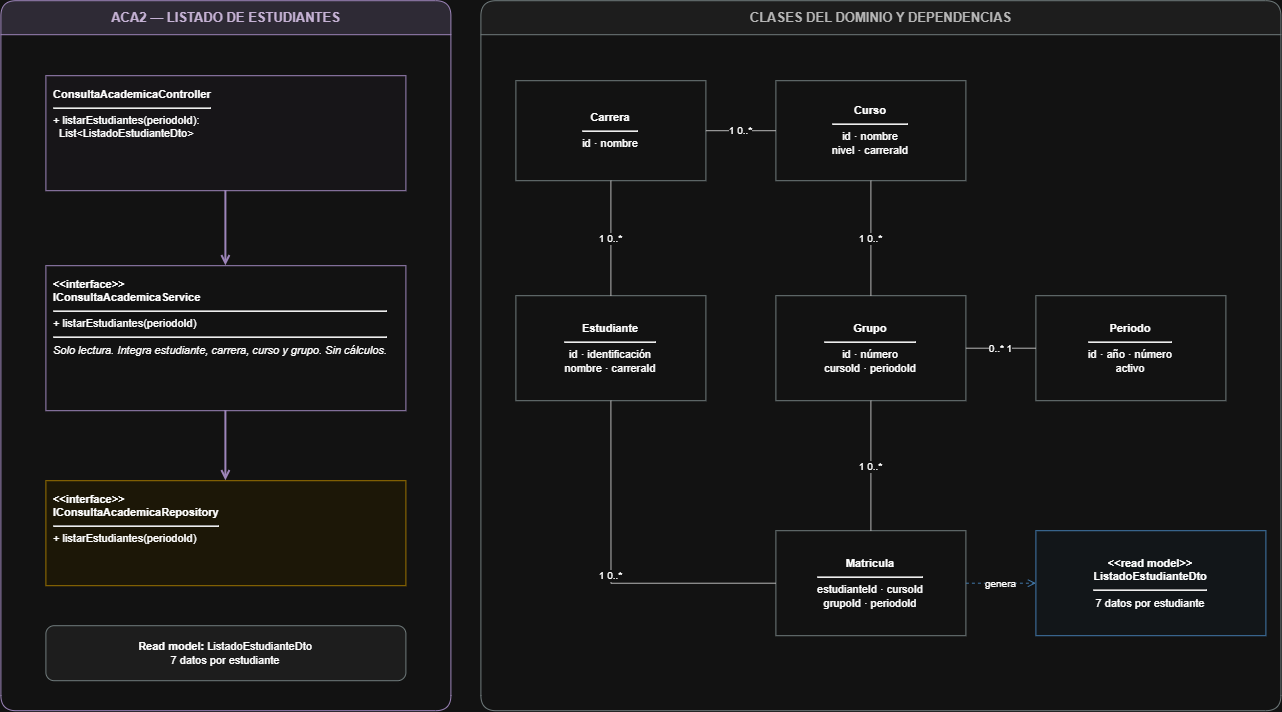
Before: Documentacion/Diagramas Generales/Clases/Microservicios/DiagramaClases_ListadoEstudiantes.drawio.png, a diagram exported from draw.io (AskingManCode/MetaU). Source tidied: cells renumbered, new cells last; positions are measured from the earlier drawing's top-left corner, leaving out a move shared by most shapes.
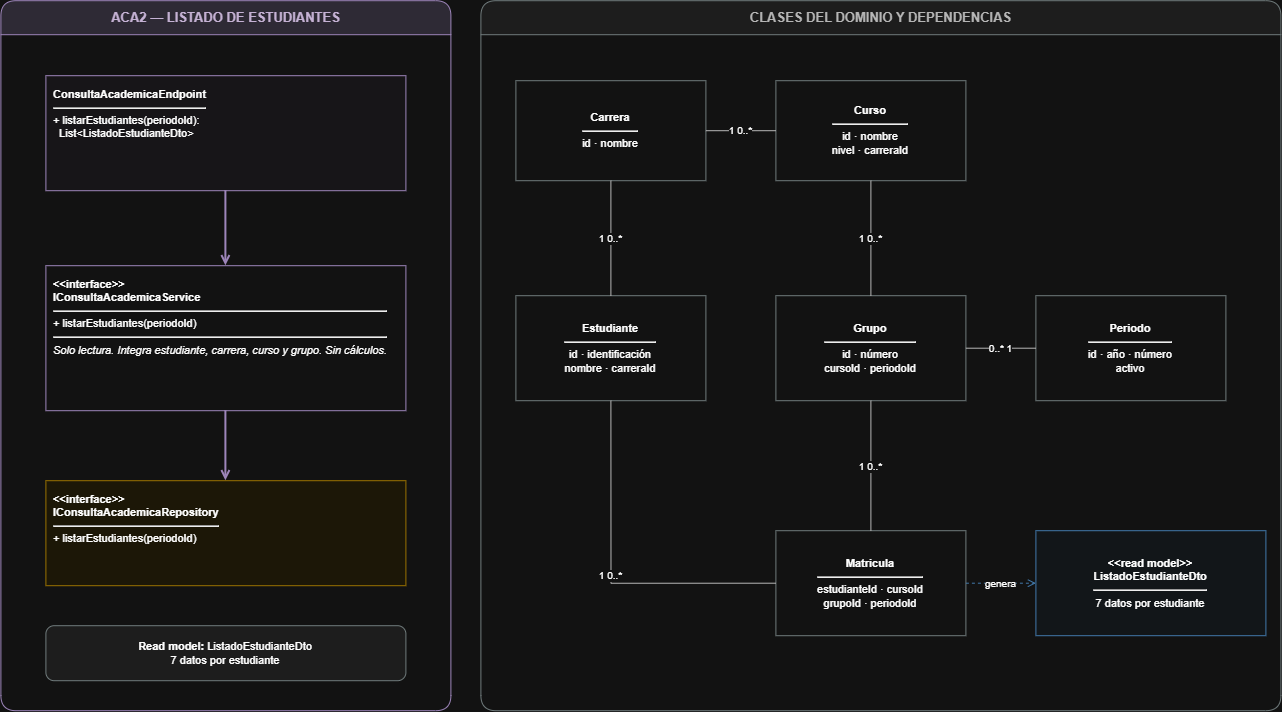
Later version of the same file.

Commit message:
docs: corrige controller por endpoints en diagrama

What changed in the source:
```diff
@@ -8,7 +8,7 @@
     <mxCell id="3" value="CLASES DEL DOMINIO Y DEPENDENCIAS" style="swimlane;html=1;startSize=34;horizontal=1;rounded=1;fillColor=#F2F2F2;swimlaneFillColor=#FFFFFF;strokeColor=#7F8C8D;fontColor=#404040;fontStyle=1;fontSize=13;" parent="1" vertex="1">
       <mxGeometry x="480" width="800" height="710" as="geometry" />
     </mxCell>
-    <mxCell id="4" value="&lt;b&gt;ConsultaAcademicaController&lt;/b&gt;&lt;hr&gt;+ listarEstudiantes(periodoId):&lt;br&gt;&amp;nbsp;&amp;nbsp;List&amp;lt;ListadoEstudianteDto&amp;gt;" style="rounded=0;whiteSpace=wrap;html=1;align=left;verticalAlign=top;spacing=8;fillColor=#FCFAFE;strokeColor=#8064A2;fontSize=11;" parent="1" vertex="1">
+    <mxCell id="4" value="&lt;b&gt;ConsultaAcademicaEndpoint&lt;/b&gt;&lt;hr&gt;+ listarEstudiantes(periodoId):&lt;br&gt;&amp;nbsp;&amp;nbsp;List&amp;lt;ListadoEstudianteDto&amp;gt;" style="rounded=0;whiteSpace=wrap;html=1;align=left;verticalAlign=top;spacing=8;fillColor=#FCFAFE;strokeColor=#8064A2;fontSize=11;" parent="1" vertex="1">
       <mxGeometry x="45" y="75" width="360" height="115" as="geometry" />
     </mxCell>
     <mxCell id="5" value="&lt;b&gt;&amp;lt;&amp;lt;interface&amp;gt;&amp;gt;&lt;br&gt;IConsultaAcademicaService&lt;/b&gt;&lt;hr&gt;+ listarEstudiantes(periodoId)&lt;hr&gt;&lt;i&gt;Solo lectura. Integra estudiante, carrera, curso y grupo. Sin cálculos.&lt;/i&gt;" style="rounded=0;whiteSpace=wrap;html=1;align=left;verticalAlign=top;spacing=8;fillColor=#FFFFFF;strokeColor=#8064A2;fontSize=11;" parent="1" vertex="1">
```
